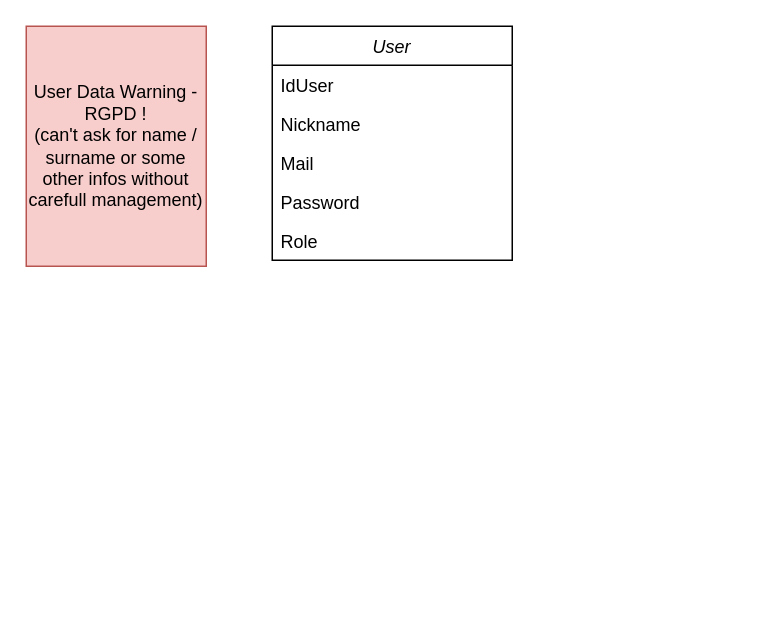
Earlier version of the draw.io diagram StockingDraws/Diagramme sans nom.drawio (Windryuu/DrawIoRepo). Source tidied: cells renumbered, new cells numbered last; positions are measured from the earlier drawing's top-left corner, leaving out a move shared by most shapes. Both pictures are drawn from the tidied source at 150%, with x=0, y=0 at pixel (26, 26).
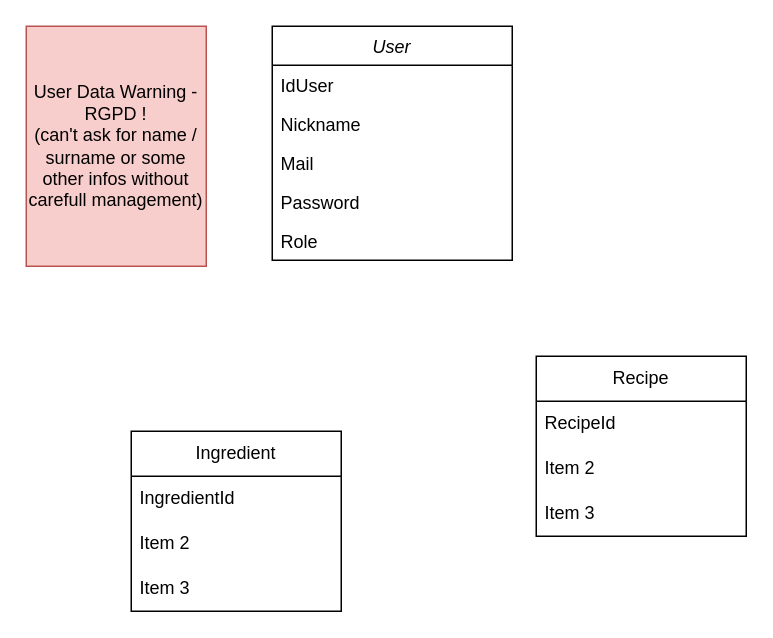
The same diagram, later.

Commit message:
Début MCD projet version 0.1

What changed in the source:
```diff
@@
 <mxGraphModel>
   <root>
     <mxCell id="0" />
     <mxCell id="1" parent="0" />
     <mxCell id="2" value="User" style="swimlane;fontStyle=2;align=center;verticalAlign=top;horizontal=1;startSize=26;rounded=0;shadow=0;strokeWidth=1;" parent="1" vertex="1">
       <mxGeometry x="164" width="160" height="156" as="geometry" />
     </mxCell>
     <mxCell id="3" value="IdUser" style="text;align=left;verticalAlign=top;spacingLeft=4;spacingRight=4;overflow=hidden;" parent="2" vertex="1">
       <mxGeometry y="26" width="160" height="26" as="geometry" />
     </mxCell>
     <mxCell id="4" value="Nickname" style="text;align=left;verticalAlign=top;spacingLeft=4;spacingRight=4;overflow=hidden;" parent="2" vertex="1">
       <mxGeometry y="52" width="160" height="26" as="geometry" />
     </mxCell>
     <mxCell id="5" value="Mail" style="text;align=left;verticalAlign=top;spacingLeft=4;spacingRight=4;overflow=hidden;rounded=0;shadow=0;html=0;" parent="2" vertex="1">
       <mxGeometry y="78" width="160" height="26" as="geometry" />
     </mxCell>
     <mxCell id="6" value="Password" style="text;align=left;verticalAlign=top;spacingLeft=4;spacingRight=4;overflow=hidden;rounded=0;shadow=0;html=0;" parent="2" vertex="1">
       <mxGeometry y="104" width="160" height="26" as="geometry" />
     </mxCell>
     <mxCell id="7" value="Role" style="text;align=left;verticalAlign=top;spacingLeft=4;spacingRight=4;overflow=hidden;rounded=0;shadow=0;html=0;" parent="2" vertex="1">
       <mxGeometry y="130" width="160" height="26" as="geometry" />
     </mxCell>
     <mxCell id="8" value="&lt;div&gt;User Data Warning - RGPD !&lt;/div&gt;&lt;div&gt;(can't ask for name / surname or some other infos without carefull management)&lt;br&gt;&lt;/div&gt;" style="rounded=0;whiteSpace=wrap;html=1;fillColor=#f8cecc;strokeColor=#b85450;" parent="1" vertex="1">
       <mxGeometry width="120" height="160" as="geometry" />
     </mxCell>
+    <mxCell id="9" value="Recipe" style="swimlane;fontStyle=0;horizontal=1;startSize=30;whiteSpace=wrap;html=1;" parent="1" vertex="1">
+      <mxGeometry x="340" y="220" width="140" height="120" as="geometry" />
+    </mxCell>
+    <mxCell id="10" value="RecipeId" style="text;strokeColor=none;fillColor=none;align=left;verticalAlign=middle;spacingLeft=4;spacingRight=4;overflow=hidden;whiteSpace=wrap;html=1;" parent="9" vertex="1">
+      <mxGeometry y="30" width="140" height="30" as="geometry" />
+    </mxCell>
+    <mxCell id="11" value="Item 2" style="text;strokeColor=none;fillColor=none;align=left;verticalAlign=middle;spacingLeft=4;spacingRight=4;overflow=hidden;whiteSpace=wrap;html=1;" parent="9" vertex="1">
+      <mxGeometry y="60" width="140" height="30" as="geometry" />
+    </mxCell>
+    <mxCell id="12" value="Item 3" style="text;strokeColor=none;fillColor=none;align=left;verticalAlign=middle;spacingLeft=4;spacingRight=4;overflow=hidden;whiteSpace=wrap;html=1;" parent="9" vertex="1">
+      <mxGeometry y="90" width="140" height="30" as="geometry" />
+    </mxCell>
+    <mxCell id="13" value="Ingredient" style="swimlane;fontStyle=0;horizontal=1;startSize=30;whiteSpace=wrap;html=1;" parent="1" vertex="1">
+      <mxGeometry x="70" y="270" width="140" height="120" as="geometry" />
+    </mxCell>
+    <mxCell id="14" value="IngredientId" style="text;strokeColor=none;fillColor=none;align=left;verticalAlign=middle;spacingLeft=4;spacingRight=4;overflow=hidden;whiteSpace=wrap;html=1;" parent="13" vertex="1">
+      <mxGeometry y="30" width="140" height="30" as="geometry" />
+    </mxCell>
+    <mxCell id="15" value="Item 2" style="text;strokeColor=none;fillColor=none;align=left;verticalAlign=middle;spacingLeft=4;spacingRight=4;overflow=hidden;whiteSpace=wrap;html=1;" parent="13" vertex="1">
+      <mxGeometry y="60" width="140" height="30" as="geometry" />
+    </mxCell>
+    <mxCell id="16" value="Item 3" style="text;strokeColor=none;fillColor=none;align=left;verticalAlign=middle;spacingLeft=4;spacingRight=4;overflow=hidden;whiteSpace=wrap;html=1;" parent="13" vertex="1">
+      <mxGeometry y="90" width="140" height="30" as="geometry" />
+    </mxCell>
   </root>
 </mxGraphModel>
```
